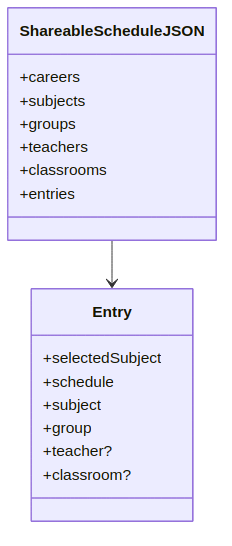
The Mermaid diagram images/diagrams/json_intercambio_esquema.png in smith-3/Taller-Grado-II, before a commit. Its source is kept beside it as images/diagrams/json_intercambio_esquema.mmd.
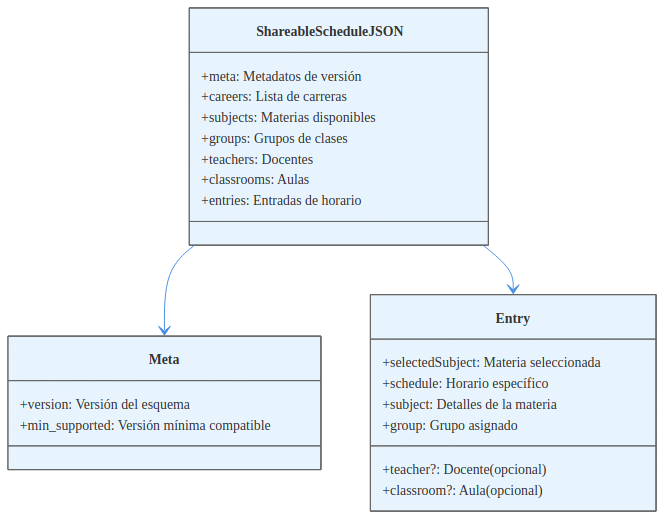
Above is the later version.

Change to the diagram source:
```diff
@@ -1,24 +1,38 @@
+%%{init: {
+  'theme': 'base',
+  'themeVariables': {
+    'primaryColor': '#E8F4FD',
+    'primaryTextColor': '#333',
+    'primaryBorderColor': '#4A90E2',
+    'lineColor': '#4A90E2',
+    'secondaryColor': '#FFF3CD',
+    'tertiaryColor': '#D1ECF1',
+    'mainBkg': '#E8F4FD',
+    'fontSize': '14px',
+    'fontFamily': 'Arial, sans-serif'
+  }
+}}%%
 classDiagram
     class ShareableScheduleJSON {
-      +meta
-      +careers
-      +subjects
-      +groups
-      +teachers
-      +classrooms
-      +entries
+      +meta: Metadatos de versión
+      +careers: Lista de carreras
+      +subjects: Materias disponibles
+      +groups: Grupos de clases
+      +teachers: Docentes
+      +classrooms: Aulas
+      +entries: Entradas de horario
     }
     class Meta {
-      +version
-      +min_supported
+      +version: Versión del esquema
+      +min_supported: Versión mínima compatible
     }
     class Entry {
-      +selectedSubject
-      +schedule
-      +subject
-      +group
-      +teacher?
-      +classroom?
+      +selectedSubject: Materia seleccionada
+      +schedule: Horario específico
+      +subject: Detalles de la materia
+      +group: Grupo asignado
+      +teacher?: Docente (opcional)
+      +classroom?: Aula (opcional)
     }
     ShareableScheduleJSON --> Meta
     ShareableScheduleJSON --> Entry
```
